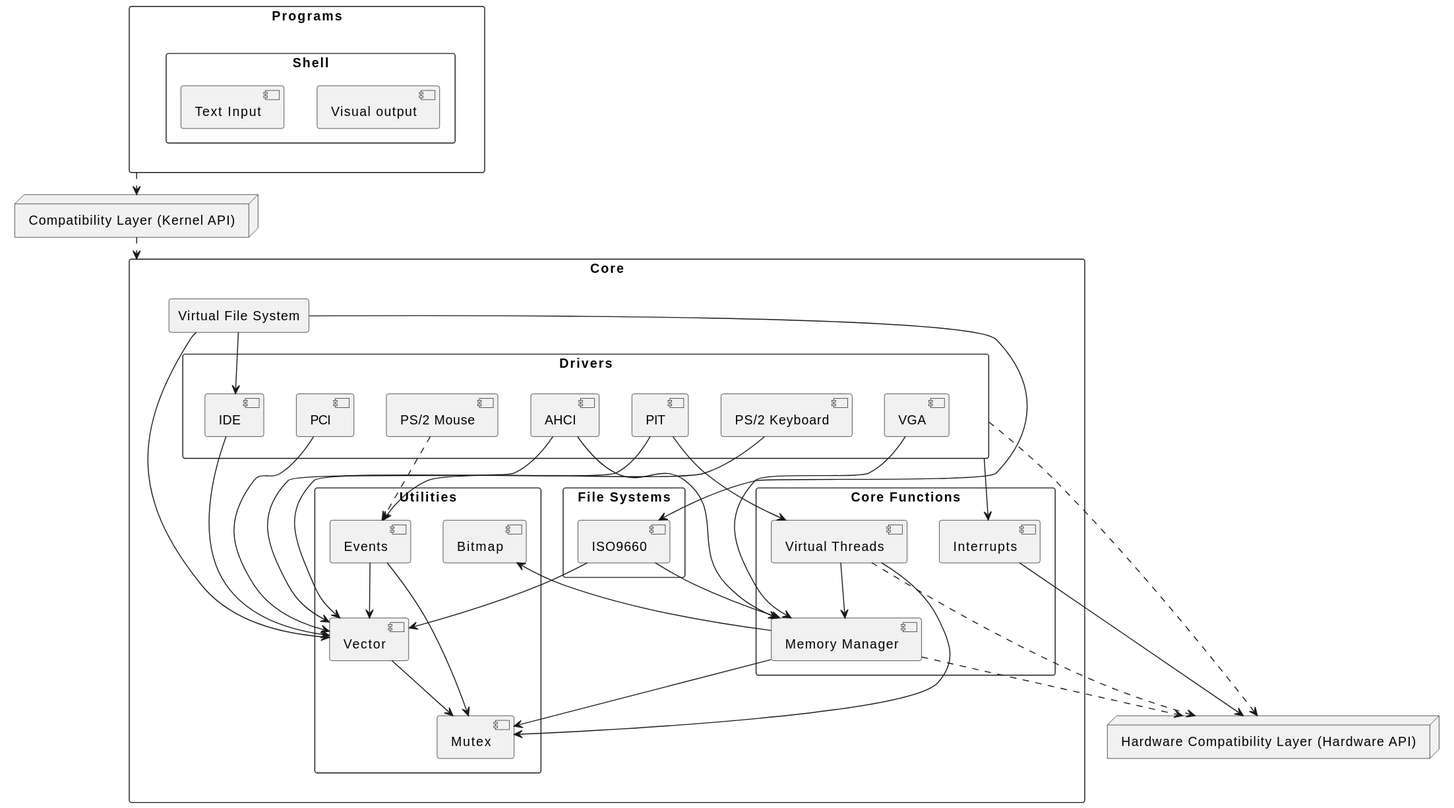
cactoes/virtual_reflections_os keeps this PlantUML diagram as docs/svg/kernel diagram.svg. Above is the earlier version.
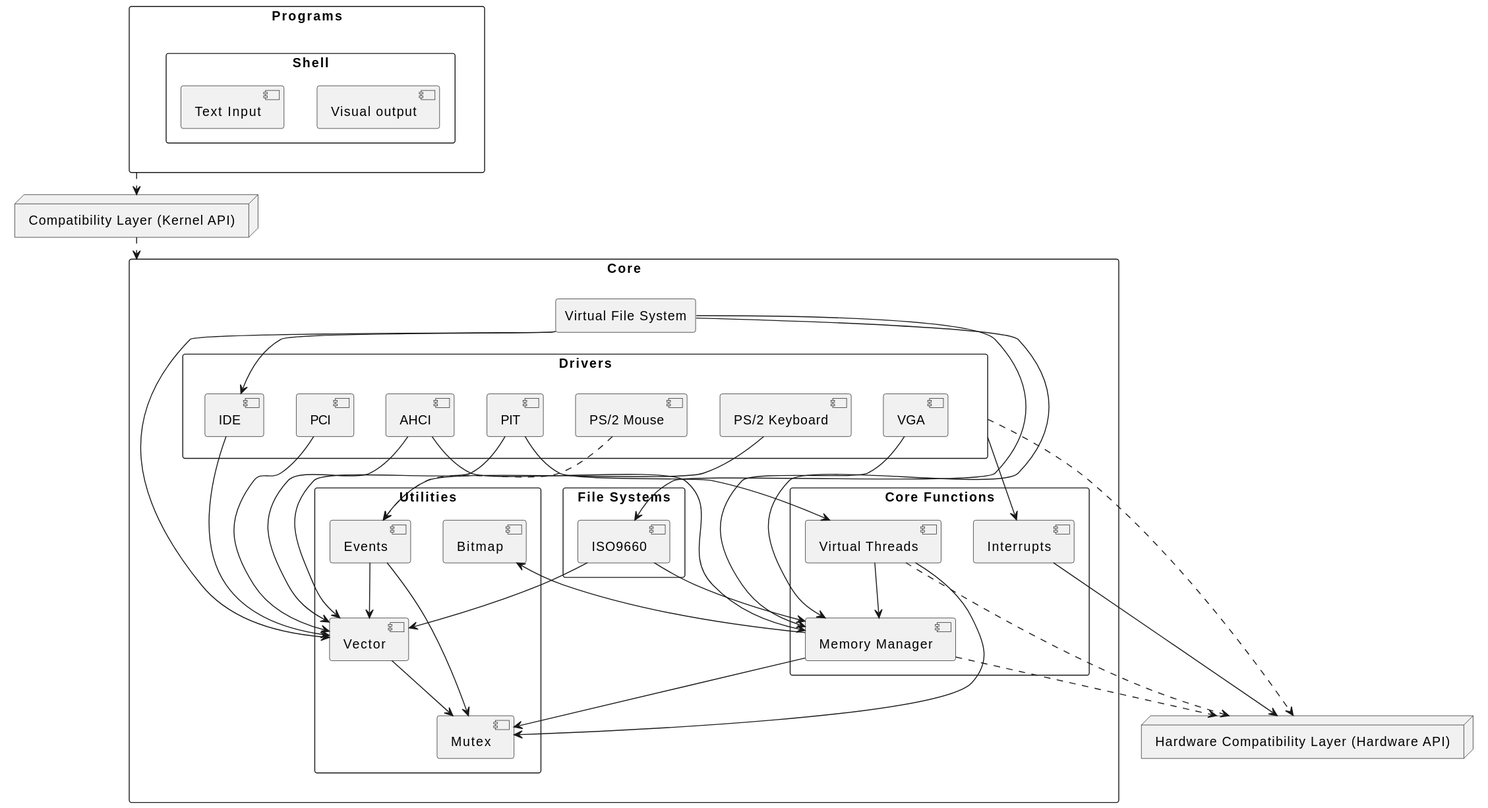
After the commit.

Commit message:
auto generated diagrams [skip ci]

What changed in the source:
```diff
@@ -59,6 +59,8 @@
 "Virtual File System" --> [Vector]
 "Virtual File System" --> [ISO9660]
 "Virtual File System" --> [IDE]
+"Virtual File System" --> [Memory Manager]
+
 [ISO9660] --> [Vector]
 [ISO9660] --> [Memory Manager]
 
```
